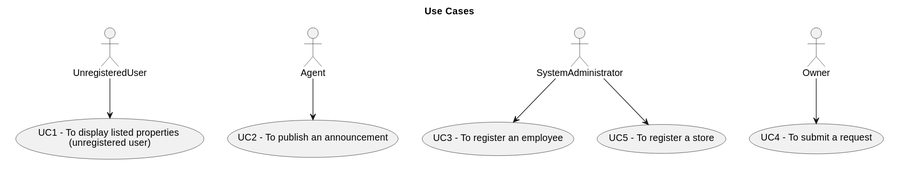
Earlier version of the PlantUML export docs/Sprint-B/global-artifacts/01.requirements-engineering/svg/use-case-diagram.svg (Rodrick0209/ISEP-LAPR2-22-23). Its diagram source:
```plantuml
@startuml
skinparam packageStyle rectangle

skinparam rectangle{
    BorderColor white
}


top to bottom direction

rectangle "Use Cases" as usecases{
    usecase "UC4 - To submit a request" as UC4
    Owner --> UC4
    usecase "UC3 - To register an employee" as UC3
    SystemAdministrator --> UC3
    usecase "UC5 - To register a store" as UC5
    SystemAdministrator --> UC5
    usecase "UC2 - To publish an announcement" as UC2
    Agent --> UC2
    usecase "UC1 - To display listed properties \n(unregistered user)" as UC1
    UnregisteredUser --> UC1
    }
@enduml
```
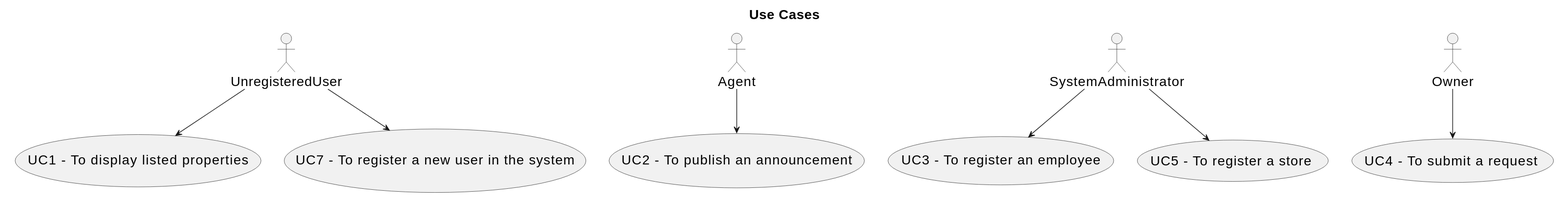
After the commit.

Change to the diagram source:
```diff
@@ -1,4 +1,5 @@
 @startuml
+skinparamlocked defaultFontSize 20
 skinparam packageStyle rectangle
 
 skinparam rectangle{
@@ -9,6 +10,7 @@
 top to bottom direction
 
 rectangle "Use Cases" as usecases{
+
     usecase "UC4 - To submit a request" as UC4
     Owner --> UC4
     usecase "UC3 - To register an employee" as UC3
@@ -17,7 +19,11 @@
     SystemAdministrator --> UC5
     usecase "UC2 - To publish an announcement" as UC2
     Agent --> UC2
-    usecase "UC1 - To display listed properties \n(unregistered user)" as UC1
+    usecase "UC1 - To display listed properties" as UC1
     UnregisteredUser --> UC1
+    usecase "UC7 -  To register a new user in the system" as UC7
+      UnregisteredUser --> UC7
+
+
     }
 @enduml
```
